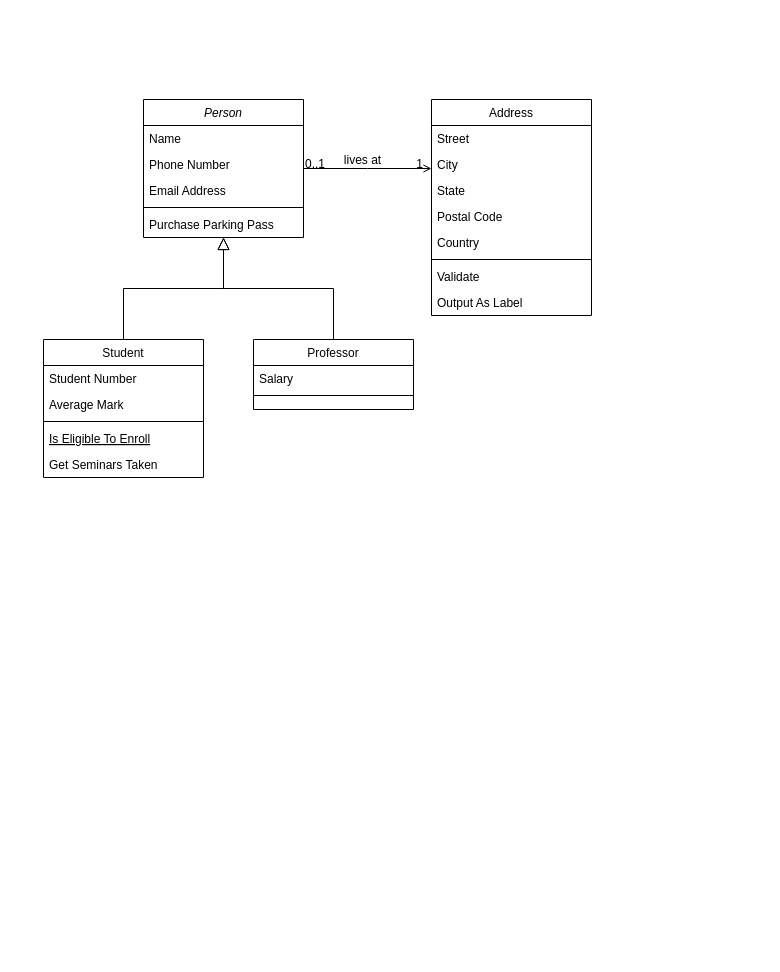
sonitaaaaa/.net-tasking keeps this draw.io diagram as Untitled Diagram2.drawio. Above is the earlier version. Source tidied: cells renumbered, new cells numbered last; positions are measured from the earlier drawing's top-left corner, leaving out a move shared by most shapes. Both pictures are drawn from the tidied source at 100%, with x=0, y=0 at pixel (43, 99).
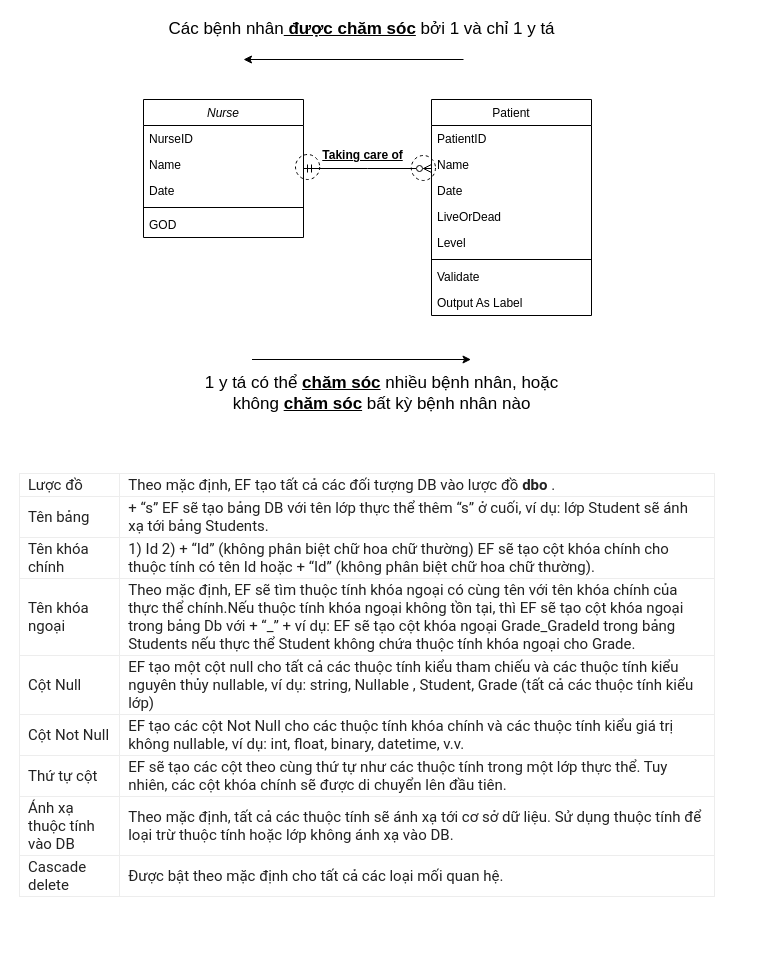
After the change.

The edit, as a diff of the source:
```diff
@@
-    <mxCell id="2" value="Person" style="swimlane;fontStyle=2;align=center;verticalAlign=top;horizontal=1;startSize=26;rounded=0;shadow=0;strokeWidth=1;" parent="1" vertex="1">
+    <mxCell id="2" value="Nurse" style="swimlane;fontStyle=2;align=center;verticalAlign=top;horizontal=1;startSize=26;rounded=0;shadow=0;strokeWidth=1;" parent="1" vertex="1">
       <mxGeometry x="100" width="160" height="138" as="geometry" />
     </mxCell>
-    <mxCell id="3" value="Name" style="text;align=left;verticalAlign=top;spacingLeft=4;spacingRight=4;overflow=hidden;" parent="2" vertex="1">
+    <mxCell id="3" value="NurseID" style="text;align=left;verticalAlign=top;spacingLeft=4;spacingRight=4;overflow=hidden;rounded=0;" parent="2" vertex="1">
       <mxGeometry y="26" width="160" height="26" as="geometry" />
     </mxCell>
-    <mxCell id="4" value="Phone Number" style="text;align=left;verticalAlign=top;spacingLeft=4;spacingRight=4;overflow=hidden;rounded=0;shadow=0;html=0;" parent="2" vertex="1">
+    <mxCell id="4" value="Name" style="text;align=left;verticalAlign=top;spacingLeft=4;spacingRight=4;overflow=hidden;rounded=0;shadow=0;html=0;" parent="2" vertex="1">
       <mxGeometry y="52" width="160" height="26" as="geometry" />
     </mxCell>
-    <mxCell id="5" value="Email Address" style="text;align=left;verticalAlign=top;spacingLeft=4;spacingRight=4;overflow=hidden;rounded=0;shadow=0;html=0;" parent="2" vertex="1">
+    <mxCell id="5" value="Date" style="text;align=left;verticalAlign=top;spacingLeft=4;spacingRight=4;overflow=hidden;rounded=0;shadow=0;html=0;" parent="2" vertex="1">
       <mxGeometry y="78" width="160" height="26" as="geometry" />
     </mxCell>
-    <mxCell id="6" style="line;html=1;strokeWidth=1;align=left;verticalAlign=middle;spacingTop=-1;spacingLeft=3;spacingRight=3;labelPosition=right;" parent="2" vertex="1">
+    <mxCell id="6" style="line;html=1;strokeWidth=1;align=left;verticalAlign=middle;spacingTop=-1;spacingLeft=3;spacingRight=3;labelPosition=right;rounded=0;" parent="2" vertex="1">
       <mxGeometry y="104" width="160" height="8" as="geometry" />
     </mxCell>
-    <mxCell id="7" value="Purchase Parking Pass" style="text;align=left;verticalAlign=top;spacingLeft=4;spacingRight=4;overflow=hidden;" parent="2" vertex="1">
+    <mxCell id="7" value="GOD" style="text;align=left;verticalAlign=top;spacingLeft=4;spacingRight=4;overflow=hidden;rounded=0;" parent="2" vertex="1">
       <mxGeometry y="112" width="160" height="26" as="geometry" />
     </mxCell>
-    <mxCell id="8" value="Student" style="swimlane;fontStyle=0;align=center;verticalAlign=top;horizontal=1;startSize=26;rounded=0;shadow=0;strokeWidth=1;" parent="1" vertex="1">
-      <mxGeometry y="240" width="160" height="138" as="geometry" />
-    </mxCell>
-    <mxCell id="9" value="Student Number" style="text;align=left;verticalAlign=top;spacingLeft=4;spacingRight=4;overflow=hidden;" parent="8" vertex="1">
-      <mxGeometry y="26" width="160" height="26" as="geometry" />
-    </mxCell>
-    <mxCell id="10" value="Average Mark" style="text;align=left;verticalAlign=top;spacingLeft=4;spacingRight=4;overflow=hidden;rounded=0;shadow=0;html=0;" parent="8" vertex="1">
-      <mxGeometry y="52" width="160" height="26" as="geometry" />
-    </mxCell>
-    <mxCell id="11" style="line;html=1;strokeWidth=1;align=left;verticalAlign=middle;spacingTop=-1;spacingLeft=3;spacingRight=3;labelPosition=right;" parent="8" vertex="1">
-      <mxGeometry y="78" width="160" height="8" as="geometry" />
-    </mxCell>
-    <mxCell id="12" value="Is Eligible To Enroll" style="text;align=left;verticalAlign=top;spacingLeft=4;spacingRight=4;overflow=hidden;fontStyle=4;" parent="8" vertex="1">
-      <mxGeometry y="86" width="160" height="26" as="geometry" />
-    </mxCell>
-    <mxCell id="13" value="Get Seminars Taken" style="text;align=left;verticalAlign=top;spacingLeft=4;spacingRight=4;overflow=hidden;" parent="8" vertex="1">
-      <mxGeometry y="112" width="160" height="26" as="geometry" />
-    </mxCell>
-    <mxCell id="14" style="endArrow=block;endSize=10;endFill=0;shadow=0;strokeWidth=1;rounded=0;edgeStyle=elbowEdgeStyle;elbow=vertical;" parent="1" edge="1" source="8" target="2">
-      <mxGeometry relative="1" as="geometry" />
-    </mxCell>
-    <mxCell id="15" value="Professor" style="swimlane;fontStyle=0;align=center;verticalAlign=top;horizontal=1;startSize=26;rounded=0;shadow=0;strokeWidth=1;" parent="1" vertex="1">
-      <mxGeometry x="210" y="240" width="160" height="70" as="geometry" />
-    </mxCell>
-    <mxCell id="16" value="Salary" style="text;align=left;verticalAlign=top;spacingLeft=4;spacingRight=4;overflow=hidden;" parent="15" vertex="1">
-      <mxGeometry y="26" width="160" height="26" as="geometry" />
-    </mxCell>
-    <mxCell id="17" style="line;html=1;strokeWidth=1;align=left;verticalAlign=middle;spacingTop=-1;spacingLeft=3;spacingRight=3;labelPosition=right;" parent="15" vertex="1">
-      <mxGeometry y="52" width="160" height="8" as="geometry" />
-    </mxCell>
-    <mxCell id="18" style="endArrow=block;endSize=10;endFill=0;shadow=0;strokeWidth=1;rounded=0;edgeStyle=elbowEdgeStyle;elbow=vertical;" parent="1" edge="1" source="15" target="2">
-      <mxGeometry relative="1" as="geometry" />
-    </mxCell>
-    <mxCell id="19" value="Address" style="swimlane;fontStyle=0;align=center;verticalAlign=top;horizontal=1;startSize=26;rounded=0;shadow=0;strokeWidth=1;" parent="1" vertex="1">
+    <mxCell id="19" value="Patient" style="swimlane;fontStyle=0;align=center;verticalAlign=top;horizontal=1;startSize=26;rounded=0;shadow=0;strokeWidth=1;" parent="1" vertex="1">
       <mxGeometry x="388" width="160" height="216" as="geometry" />
     </mxCell>
-    <mxCell id="20" value="Street" style="text;align=left;verticalAlign=top;spacingLeft=4;spacingRight=4;overflow=hidden;" parent="19" vertex="1">
+    <mxCell id="20" value="PatientID" style="text;align=left;verticalAlign=top;spacingLeft=4;spacingRight=4;overflow=hidden;rounded=0;" parent="19" vertex="1">
       <mxGeometry y="26" width="160" height="26" as="geometry" />
     </mxCell>
-    <mxCell id="21" value="City" style="text;align=left;verticalAlign=top;spacingLeft=4;spacingRight=4;overflow=hidden;rounded=0;shadow=0;html=0;" parent="19" vertex="1">
+    <mxCell id="21" value="Name" style="text;align=left;verticalAlign=top;spacingLeft=4;spacingRight=4;overflow=hidden;rounded=0;shadow=0;html=0;" parent="19" vertex="1">
       <mxGeometry y="52" width="160" height="26" as="geometry" />
     </mxCell>
-    <mxCell id="22" value="State" style="text;align=left;verticalAlign=top;spacingLeft=4;spacingRight=4;overflow=hidden;rounded=0;shadow=0;html=0;" parent="19" vertex="1">
+    <mxCell id="22" value="Date" style="text;align=left;verticalAlign=top;spacingLeft=4;spacingRight=4;overflow=hidden;rounded=0;shadow=0;html=0;" parent="19" vertex="1">
       <mxGeometry y="78" width="160" height="26" as="geometry" />
     </mxCell>
-    <mxCell id="23" value="Postal Code" style="text;align=left;verticalAlign=top;spacingLeft=4;spacingRight=4;overflow=hidden;rounded=0;shadow=0;html=0;" parent="19" vertex="1">
+    <mxCell id="23" value="LiveOrDead" style="text;align=left;verticalAlign=top;spacingLeft=4;spacingRight=4;overflow=hidden;rounded=0;shadow=0;html=0;" parent="19" vertex="1">
       <mxGeometry y="104" width="160" height="26" as="geometry" />
     </mxCell>
-    <mxCell id="24" value="Country" style="text;align=left;verticalAlign=top;spacingLeft=4;spacingRight=4;overflow=hidden;rounded=0;shadow=0;html=0;" parent="19" vertex="1">
+    <mxCell id="24" value="Level" style="text;align=left;verticalAlign=top;spacingLeft=4;spacingRight=4;overflow=hidden;rounded=0;shadow=0;html=0;" parent="19" vertex="1">
       <mxGeometry y="130" width="160" height="26" as="geometry" />
     </mxCell>
-    <mxCell id="25" style="line;html=1;strokeWidth=1;align=left;verticalAlign=middle;spacingTop=-1;spacingLeft=3;spacingRight=3;labelPosition=right;" parent="19" vertex="1">
+    <mxCell id="25" style="line;html=1;strokeWidth=1;align=left;verticalAlign=middle;spacingTop=-1;spacingLeft=3;spacingRight=3;labelPosition=right;rounded=0;" parent="19" vertex="1">
       <mxGeometry y="156" width="160" height="8" as="geometry" />
     </mxCell>
-    <mxCell id="26" value="Validate" style="text;align=left;verticalAlign=top;spacingLeft=4;spacingRight=4;overflow=hidden;" parent="19" vertex="1">
+    <mxCell id="26" value="Validate" style="text;align=left;verticalAlign=top;spacingLeft=4;spacingRight=4;overflow=hidden;rounded=0;" parent="19" vertex="1">
       <mxGeometry y="164" width="160" height="26" as="geometry" />
     </mxCell>
-    <mxCell id="27" value="Output As Label" style="text;align=left;verticalAlign=top;spacingLeft=4;spacingRight=4;overflow=hidden;" parent="19" vertex="1">
+    <mxCell id="27" value="Output As Label" style="text;align=left;verticalAlign=top;spacingLeft=4;spacingRight=4;overflow=hidden;rounded=0;" parent="19" vertex="1">
       <mxGeometry y="190" width="160" height="26" as="geometry" />
     </mxCell>
-    <mxCell id="28" style="endArrow=open;shadow=0;strokeWidth=1;rounded=0;endFill=1;edgeStyle=elbowEdgeStyle;elbow=vertical;" parent="1" edge="1" source="2" target="19">
+    <mxCell id="28" style="endArrow=ERzeroToMany;shadow=0;strokeWidth=1;rounded=0;endFill=0;edgeStyle=elbowEdgeStyle;elbow=vertical;startArrow=ERmandOne;startFill=0;" parent="1" edge="1" source="2" target="19">
       <mxGeometry x="0.5" y="41" relative="1" as="geometry">
         <mxPoint x="-40" y="32" as="offset" />
       </mxGeometry>
     </mxCell>
-    <mxCell id="29" value="0..1" style="align=left;verticalAlign=bottom;labelBackgroundColor=none;fontSize=12;" parent="28" vertex="1">
-      <mxGeometry x="-1" relative="1" as="geometry">
-        <mxPoint y="4" as="offset" />
-      </mxGeometry>
-    </mxCell>
-    <mxCell id="30" value="1" style="align=right;verticalAlign=bottom;labelBackgroundColor=none;fontSize=12;" parent="28" vertex="1">
-      <mxGeometry x="1" relative="1" as="geometry">
-        <mxPoint x="-7" y="4" as="offset" />
-      </mxGeometry>
-    </mxCell>
-    <mxCell id="31" value="lives at" style="text;html=1;align=center;verticalAlign=middle;labelBackgroundColor=none;rounded=0;shadow=0;strokeWidth=1;fontSize=12;" parent="28" vertex="1">
+    <mxCell id="31" value="&lt;b&gt;&lt;u&gt;Taking care of&lt;/u&gt;&lt;/b&gt;" style="text;html=1;align=center;verticalAlign=middle;labelBackgroundColor=none;rounded=0;shadow=0;strokeWidth=1;fontSize=12;" parent="28" vertex="1">
       <mxGeometry x="0.5" y="49" relative="1" as="geometry">
-        <mxPoint x="-38" y="40" as="offset" />
+        <mxPoint x="-38" y="35" as="offset" />
       </mxGeometry>
     </mxCell>
+    <mxCell id="32" style="endArrow=classic;html=1;rounded=0;" parent="1" edge="1">
+      <mxGeometry relative="1" as="geometry">
+        <mxPoint x="420" y="-40" as="sourcePoint" />
+        <mxPoint x="200" y="-40" as="targetPoint" />
+      </mxGeometry>
+    </mxCell>
+    <mxCell id="33" value="Các bệnh nhân&lt;b&gt;&lt;u&gt; được chăm sóc&lt;/u&gt;&lt;/b&gt; bởi 1 và chỉ 1 y tá" style="text;html=1;align=center;verticalAlign=middle;strokeColor=none;fillColor=none;strokeWidth=1;fontSize=17;" parent="1" vertex="1">
+      <mxGeometry x="118" y="-82" width="400" height="24" as="geometry" />
+    </mxCell>
+    <mxCell id="34" style="endArrow=classic;html=1;rounded=0;" parent="1" edge="1">
+      <mxGeometry relative="1" as="geometry">
+        <mxPoint x="208.5" y="260" as="sourcePoint" />
+        <mxPoint x="427.5" y="260" as="targetPoint" />
+      </mxGeometry>
+    </mxCell>
+    <mxCell id="35" value="1 y tá có thể &lt;b&gt;&lt;u&gt;chăm sóc&lt;/u&gt;&lt;/b&gt; nhiều bệnh nhân, hoặc &lt;br&gt;không &lt;b&gt;&lt;u&gt;chăm sóc&lt;/u&gt;&lt;/b&gt; bất kỳ bệnh nhân nào" style="text;html=1;align=center;verticalAlign=middle;strokeColor=none;fillColor=none;fontSize=17;" parent="1" vertex="1">
+      <mxGeometry x="156" y="272" width="364" height="44" as="geometry" />
+    </mxCell>
+    <mxCell id="36" style="ellipse;whiteSpace=wrap;html=1;fontSize=17;strokeWidth=1;fillColor=none;dashed=1;" parent="1" vertex="1">
+      <mxGeometry x="252" y="55" width="24.2" height="25" as="geometry" />
+    </mxCell>
+    <mxCell id="37" style="ellipse;whiteSpace=wrap;html=1;fontSize=17;strokeWidth=1;fillColor=none;dashed=1;" parent="1" vertex="1">
+      <mxGeometry x="367.8" y="56" width="24.2" height="25" as="geometry" />
+    </mxCell>
+    <mxCell id="38" value="&lt;br class=&quot;Apple-interchange-newline&quot;&gt;&lt;table style=&quot;box-sizing: border-box; border-collapse: collapse; border-spacing: 0px; width: 696px; margin-bottom: 21px; margin-left: auto; margin-right: auto; color: rgb(34, 34, 34); font-family: roboto; font-size: 15px; font-style: normal; font-weight: 400; letter-spacing: normal; text-transform: none; word-spacing: 0px; background-color: rgb(255, 255, 255);&quot;&gt;&lt;tbody style=&quot;box-sizing: border-box&quot;&gt;&lt;tr style=&quot;box-sizing: border-box&quot;&gt;&lt;/tr&gt;&lt;tr style=&quot;box-sizing: border-box&quot;&gt;&lt;td style=&quot;box-sizing: border-box ; padding: 2px 8px ; border: 1px solid rgb(237 , 237 , 237)&quot;&gt;Lược đồ&lt;/td&gt;&lt;td style=&quot;box-sizing: border-box ; padding: 2px 8px ; border: 1px solid rgb(237 , 237 , 237)&quot;&gt;Theo mặc định, EF tạo tất cả các đối tượng DB vào lược đồ&lt;span&gt;&amp;nbsp;&lt;/span&gt;&lt;strong style=&quot;box-sizing: border-box ; font-weight: 700&quot;&gt;dbo&lt;/strong&gt;&lt;span&gt;&amp;nbsp;&lt;/span&gt;.&lt;/td&gt;&lt;/tr&gt;&lt;tr style=&quot;box-sizing: border-box&quot;&gt;&lt;td style=&quot;box-sizing: border-box ; padding: 2px 8px ; border: 1px solid rgb(237 , 237 , 237)&quot;&gt;Tên bảng&lt;/td&gt;&lt;td style=&quot;box-sizing: border-box ; padding: 2px 8px ; border: 1px solid rgb(237 , 237 , 237)&quot;&gt;+ “s” EF sẽ tạo bảng DB với tên lớp thực thể thêm “s” ở cuối, ví dụ: lớp Student sẽ ánh xạ tới bảng Students.&lt;/td&gt;&lt;/tr&gt;&lt;tr style=&quot;box-sizing: border-box&quot;&gt;&lt;td style=&quot;box-sizing: border-box ; padding: 2px 8px ; border: 1px solid rgb(237 , 237 , 237)&quot;&gt;Tên khóa chính&lt;/td&gt;&lt;td style=&quot;box-sizing: border-box ; padding: 2px 8px ; border: 1px solid rgb(237 , 237 , 237)&quot;&gt;1) Id 2) + “Id” (không phân biệt chữ hoa chữ thường) EF sẽ tạo cột khóa chính cho thuộc tính có tên Id hoặc + “Id” (không phân biệt chữ hoa chữ thường).&lt;/td&gt;&lt;/tr&gt;&lt;tr style=&quot;box-sizing: border-box&quot;&gt;&lt;td style=&quot;box-sizing: border-box ; padding: 2px 8px ; border: 1px solid rgb(237 , 237 , 237)&quot;&gt;Tên khóa ngoại&lt;/td&gt;&lt;td style=&quot;box-sizing: border-box ; padding: 2px 8px ; border: 1px solid rgb(237 , 237 , 237)&quot;&gt;Theo mặc định, EF sẽ tìm thuộc tính khóa ngoại có cùng tên với tên khóa chính của thực thể chính.Nếu thuộc tính khóa ngoại không tồn tại, thì EF sẽ tạo cột khóa ngoại trong bảng Db với + “_” + ví dụ: EF sẽ tạo cột khóa ngoại Grade_GradeId trong bảng Students nếu thực thể Student không chứa thuộc tính khóa ngoại cho Grade.&lt;/td&gt;&lt;/tr&gt;&lt;tr style=&quot;box-sizing: border-box&quot;&gt;&lt;td style=&quot;box-sizing: border-box ; padding: 2px 8px ; border: 1px solid rgb(237 , 237 , 237)&quot;&gt;Cột Null&lt;/td&gt;&lt;td style=&quot;box-sizing: border-box ; padding: 2px 8px ; border: 1px solid rgb(237 , 237 , 237)&quot;&gt;EF tạo một cột null cho tất cả các thuộc tính kiểu tham chiếu và các thuộc tính kiểu nguyên thủy nullable, ví dụ: string, Nullable , Student, Grade (tất cả các thuộc tính kiểu lớp)&lt;/td&gt;&lt;/tr&gt;&lt;tr style=&quot;box-sizing: border-box&quot;&gt;&lt;td style=&quot;box-sizing: border-box ; padding: 2px 8px ; border: 1px solid rgb(237 , 237 , 237)&quot;&gt;Cột Not Null&lt;/td&gt;&lt;td style=&quot;box-sizing: border-box ; padding: 2px 8px ; border: 1px solid rgb(237 , 237 , 237)&quot;&gt;EF tạo các cột Not Null cho các thuộc tính khóa chính và các thuộc tính kiểu giá trị không nullable, ví dụ: int, float, binary, datetime, v.v.&lt;/td&gt;&lt;/tr&gt;&lt;tr style=&quot;box-sizing: border-box&quot;&gt;&lt;td style=&quot;box-sizing: border-box ; padding: 2px 8px ; border: 1px solid rgb(237 , 237 , 237)&quot;&gt;Thứ tự cột&lt;/td&gt;&lt;td style=&quot;box-sizing: border-box ; padding: 2px 8px ; border: 1px solid rgb(237 , 237 , 237)&quot;&gt;EF sẽ tạo các cột theo cùng thứ tự như các thuộc tính trong một lớp thực thể. Tuy nhiên, các cột khóa chính sẽ được di chuyển lên đầu tiên.&lt;/td&gt;&lt;/tr&gt;&lt;tr style=&quot;box-sizing: border-box&quot;&gt;&lt;td style=&quot;box-sizing: border-box ; padding: 2px 8px ; border: 1px solid rgb(237 , 237 , 237)&quot;&gt;Ánh xạ thuộc tính vào DB&lt;/td&gt;&lt;td style=&quot;box-sizing: border-box ; padding: 2px 8px ; border: 1px solid rgb(237 , 237 , 237)&quot;&gt;Theo mặc định, tất cả các thuộc tính sẽ ánh xạ tới cơ sở dữ liệu. Sử dụng thuộc tính để loại trừ thuộc tính hoặc lớp không ánh xạ vào DB.&lt;/td&gt;&lt;/tr&gt;&lt;tr style=&quot;box-sizing: border-box&quot;&gt;&lt;td style=&quot;box-sizing: border-box ; padding: 2px 8px ; border: 1px solid rgb(237 , 237 , 237)&quot;&gt;Cascade delete&lt;/td&gt;&lt;td style=&quot;box-sizing: border-box ; padding: 2px 8px ; border: 1px solid rgb(237 , 237 , 237)&quot;&gt;Được bật theo mặc định cho tất cả các loại mối quan hệ.&lt;/td&gt;&lt;/tr&gt;&lt;/tbody&gt;&lt;/table&gt;" style="text;whiteSpace=wrap;html=1;" parent="1" vertex="1">
+      <mxGeometry x="-26" y="353" width="746" height="503" as="geometry" />
+    </mxCell>
```
